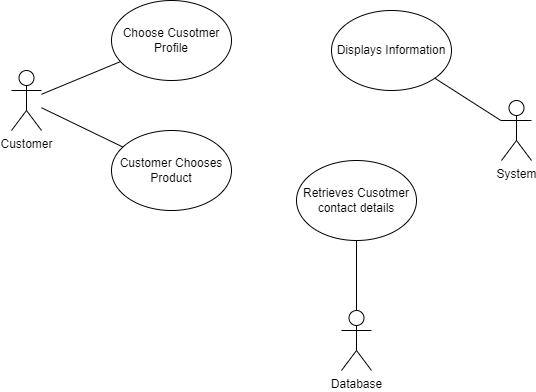
OlaAni/SEAT keeps this draw.io diagram as Usecase/Exports/Trade-In.drawio.png. Above is the earlier version. Source tidied: cells renumbered, new cells last; positions are measured from the earlier drawing's top-left corner, leaving out a move shared by most shapes. Its diagram source:
```xml
<mxGraphModel>
  <root>
    <mxCell id="0" />
    <mxCell id="1" parent="0" />
    <mxCell id="2" style="rounded=0;jettySize=auto;html=1;endArrow=none;endFill=0;" parent="1" edge="1" source="4" target="7">
      <mxGeometry relative="1" as="geometry" />
    </mxCell>
    <mxCell id="3" style="edgeStyle=none;rounded=0;jettySize=auto;html=1;endArrow=none;endFill=0;" parent="1" edge="1" source="4" target="8">
      <mxGeometry relative="1" as="geometry" />
    </mxCell>
    <mxCell id="4" value="Customer" style="shape=umlActor;verticalLabelPosition=bottom;verticalAlign=top;html=1;outlineConnect=0;" parent="1" vertex="1">
      <mxGeometry y="70" width="30" height="60" as="geometry" />
    </mxCell>
    <mxCell id="5" style="edgeStyle=none;rounded=0;jettySize=auto;html=1;endArrow=none;endFill=0;" parent="1" edge="1" source="6" target="12">
      <mxGeometry relative="1" as="geometry" />
    </mxCell>
    <mxCell id="6" value="System" style="shape=umlActor;verticalLabelPosition=bottom;verticalAlign=top;html=1;outlineConnect=0;" parent="1" vertex="1">
      <mxGeometry x="490" y="100" width="30" height="60" as="geometry" />
    </mxCell>
    <mxCell id="7" value="Choose Cusotmer Profile" style="ellipse;whiteSpace=wrap;html=1;" parent="1" vertex="1">
      <mxGeometry x="100" width="120" height="80" as="geometry" />
    </mxCell>
    <mxCell id="8" value="Customer Chooses Product" style="ellipse;whiteSpace=wrap;html=1;" parent="1" vertex="1">
      <mxGeometry x="100" y="130" width="120" height="80" as="geometry" />
    </mxCell>
    <mxCell id="9" value="Retrieves Cusotmer contact details" style="ellipse;whiteSpace=wrap;html=1;" parent="1" vertex="1">
      <mxGeometry x="285" y="160" width="120" height="80" as="geometry" />
    </mxCell>
    <mxCell id="10" style="edgeStyle=none;rounded=0;jettySize=auto;html=1;endArrow=none;endFill=0;entryX=0.5;entryY=1;entryDx=0;entryDy=0;" parent="1" edge="1" source="11" target="9">
      <mxGeometry relative="1" as="geometry" />
    </mxCell>
    <mxCell id="11" value="Database" style="shape=umlActor;verticalLabelPosition=bottom;verticalAlign=top;html=1;outlineConnect=0;" parent="1" vertex="1">
      <mxGeometry x="330" y="310" width="30" height="60" as="geometry" />
    </mxCell>
    <mxCell id="12" value="Displays Information" style="ellipse;whiteSpace=wrap;html=1;" parent="1" vertex="1">
      <mxGeometry x="320" y="10" width="120" height="80" as="geometry" />
    </mxCell>
  </root>
</mxGraphModel>
```
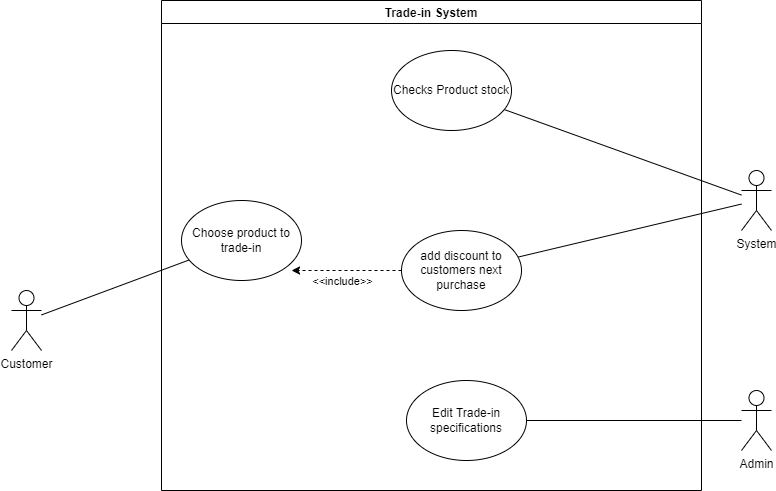
Later version of the same file.

Change to the diagram source:
```diff
@@ -5,35 +5,46 @@
     <mxCell id="2" style="rounded=0;jettySize=auto;html=1;endArrow=none;endFill=0;" parent="1" edge="1" source="4" target="7">
       <mxGeometry relative="1" as="geometry" />
     </mxCell>
-    <mxCell id="3" style="edgeStyle=none;rounded=0;jettySize=auto;html=1;endArrow=none;endFill=0;" parent="1" edge="1" source="4" target="8">
-      <mxGeometry relative="1" as="geometry" />
-    </mxCell>
     <mxCell id="4" value="Customer" style="shape=umlActor;verticalLabelPosition=bottom;verticalAlign=top;html=1;outlineConnect=0;" parent="1" vertex="1">
-      <mxGeometry y="70" width="30" height="60" as="geometry" />
+      <mxGeometry x="-140" y="200" width="30" height="60" as="geometry" />
     </mxCell>
-    <mxCell id="5" style="edgeStyle=none;rounded=0;jettySize=auto;html=1;endArrow=none;endFill=0;" parent="1" edge="1" source="6" target="12">
-      <mxGeometry relative="1" as="geometry" />
-    </mxCell>
+    <mxCell id="13" style="edgeStyle=none;rounded=0;jettySize=auto;html=1;endArrow=none;endFill=0;" parent="1" edge="1" source="6" target="17">
+      <mxGeometry relative="1" as="geometry" />
+    </mxCell>
+    <mxCell id="14" style="edgeStyle=none;rounded=0;jettySize=auto;html=1;endArrow=none;endFill=0;" parent="1" edge="1" source="6" target="18">
+      <mxGeometry relative="1" as="geometry" />
+    </mxCell>
     <mxCell id="6" value="System" style="shape=umlActor;verticalLabelPosition=bottom;verticalAlign=top;html=1;outlineConnect=0;" parent="1" vertex="1">
-      <mxGeometry x="490" y="100" width="30" height="60" as="geometry" />
+      <mxGeometry x="590" y="80" width="30" height="60" as="geometry" />
     </mxCell>
-    <mxCell id="7" value="Choose Cusotmer Profile" style="ellipse;whiteSpace=wrap;html=1;" parent="1" vertex="1">
-      <mxGeometry x="100" width="120" height="80" as="geometry" />
+    <mxCell id="7" value="Choose product to trade-in" style="ellipse;whiteSpace=wrap;html=1;" parent="1" vertex="1">
+      <mxGeometry x="30" y="110" width="120" height="80" as="geometry" />
     </mxCell>
-    <mxCell id="8" value="Customer Chooses Product" style="ellipse;whiteSpace=wrap;html=1;" parent="1" vertex="1">
-      <mxGeometry x="100" y="130" width="120" height="80" as="geometry" />
-    </mxCell>
-    <mxCell id="9" value="Retrieves Cusotmer contact details" style="ellipse;whiteSpace=wrap;html=1;" parent="1" vertex="1">
-      <mxGeometry x="285" y="160" width="120" height="80" as="geometry" />
+    <mxCell id="9" value="Edit Trade-in specifications" style="ellipse;whiteSpace=wrap;html=1;" parent="1" vertex="1">
+      <mxGeometry x="255" y="290" width="120" height="80" as="geometry" />
     </mxCell>
-    <mxCell id="10" style="edgeStyle=none;rounded=0;jettySize=auto;html=1;endArrow=none;endFill=0;entryX=0.5;entryY=1;entryDx=0;entryDy=0;" parent="1" edge="1" source="11" target="9">
+    <mxCell id="10" style="edgeStyle=none;rounded=0;jettySize=auto;html=1;endArrow=none;endFill=0;entryX=1;entryY=0.5;entryDx=0;entryDy=0;" parent="1" edge="1" source="11" target="9">
       <mxGeometry relative="1" as="geometry" />
     </mxCell>
-    <mxCell id="11" value="Database" style="shape=umlActor;verticalLabelPosition=bottom;verticalAlign=top;html=1;outlineConnect=0;" parent="1" vertex="1">
-      <mxGeometry x="330" y="310" width="30" height="60" as="geometry" />
+    <mxCell id="11" value="Admin" style="shape=umlActor;verticalLabelPosition=bottom;verticalAlign=top;html=1;outlineConnect=0;" parent="1" vertex="1">
+      <mxGeometry x="590" y="300" width="30" height="60" as="geometry" />
     </mxCell>
-    <mxCell id="12" value="Displays Information" style="ellipse;whiteSpace=wrap;html=1;" parent="1" vertex="1">
-      <mxGeometry x="320" y="10" width="120" height="80" as="geometry" />
-    </mxCell>
+    <mxCell id="15" style="rounded=0;jettySize=auto;html=1;entryX=0.917;entryY=0.875;entryDx=0;entryDy=0;entryPerimeter=0;dashed=1;endArrow=classic;endFill=1;startArrow=none;startFill=0;" parent="1" edge="1" source="17" target="7">
+      <mxGeometry relative="1" as="geometry" />
+    </mxCell>
+    <mxCell id="16" value="&amp;lt;&amp;lt;include&amp;gt;&amp;gt;" style="edgeLabel;html=1;align=center;verticalAlign=middle;rotation=0;" parent="15" vertex="1">
+      <mxGeometry x="0.43" y="2" relative="1" as="geometry">
+        <mxPoint x="19" y="8" as="offset" />
+      </mxGeometry>
+    </mxCell>
+    <mxCell id="17" value="add discount to customers next purchase" style="ellipse;whiteSpace=wrap;html=1;" parent="1" vertex="1">
+      <mxGeometry x="250" y="140" width="120" height="80" as="geometry" />
+    </mxCell>
+    <mxCell id="18" value="Checks Product stock" style="ellipse;whiteSpace=wrap;html=1;" parent="1" vertex="1">
+      <mxGeometry x="240" y="-40" width="120" height="80" as="geometry" />
+    </mxCell>
+    <mxCell id="19" value="Trade-in System" style="swimlane;" parent="1" vertex="1">
+      <mxGeometry x="10" y="-90" width="540" height="490" as="geometry" />
+    </mxCell>
   </root>
 </mxGraphModel>
```
